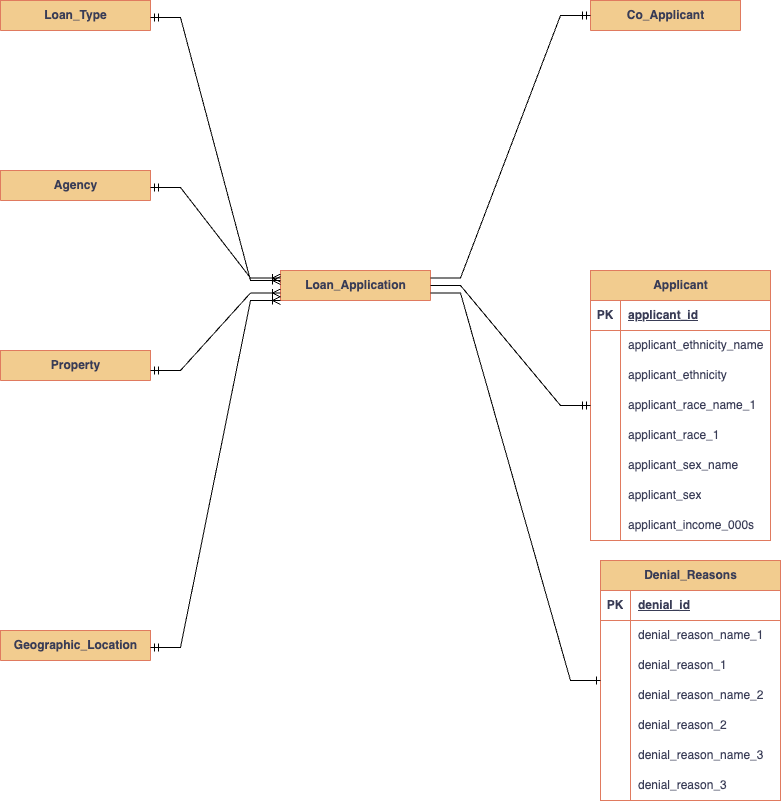
nivasharmaa/CS336-Project0-group43 keeps this draw.io diagram as Untitled Diagram.drawio.png. Above is the earlier version. Source tidied: cells renumbered, new cells last; positions are measured from the earlier drawing's top-left corner, leaving out a move shared by most shapes.
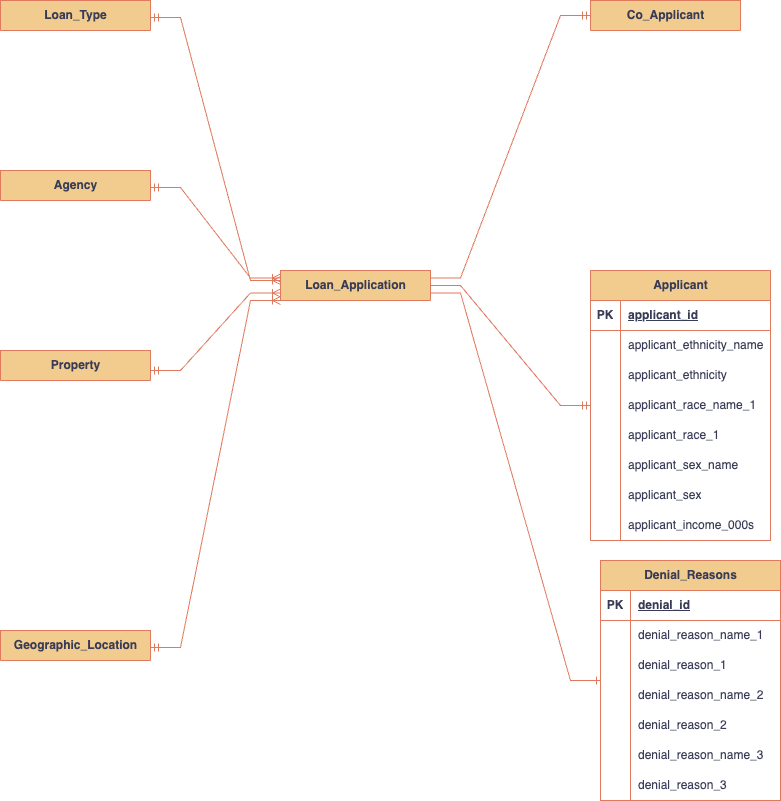
After the change.

What changed in the source:
```diff
@@ -161,16 +161,16 @@
     <mxCell id="54" value="&lt;meta charset=&quot;utf-8&quot;&gt;&lt;span class=&quot;hljs-emphasis&quot;&gt;denial_&lt;/span&gt;reason&lt;span class=&quot;hljs-emphasis&quot;&gt;_3&lt;/span&gt;" style="shape=partialRectangle;fillColor=none;top=0;left=0;bottom=0;right=0;align=left;spacingLeft=6;overflow=hidden;whiteSpace=wrap;html=1;labelBackgroundColor=none;strokeColor=#E07A5F;fontColor=#393C56;" parent="52" vertex="1">
       <mxGeometry x="30" width="150" height="30" as="geometry" />
     </mxCell>
-    <mxCell id="55" style="edgeStyle=entityRelationEdgeStyle;fontSize=12;html=1;endArrow=ERmandOne;rounded=0;exitX=1;exitY=0.25;exitDx=0;exitDy=0;entryX=0;entryY=0.5;entryDx=0;entryDy=0;" parent="1" edge="1" source="2" target="28">
+    <mxCell id="55" style="edgeStyle=entityRelationEdgeStyle;fontSize=12;html=1;endArrow=ERmandOne;rounded=0;exitX=1;exitY=0.25;exitDx=0;exitDy=0;entryX=0;entryY=0.5;entryDx=0;entryDy=0;labelBackgroundColor=none;fontColor=default;strokeColor=#E07A5F;" parent="1" edge="1" source="2" target="28">
       <mxGeometry relative="1" as="geometry" />
     </mxCell>
-    <mxCell id="56" style="edgeStyle=entityRelationEdgeStyle;fontSize=12;html=1;endArrow=ERmandOne;rounded=0;exitX=1;exitY=0.5;exitDx=0;exitDy=0;entryX=0;entryY=0.5;entryDx=0;entryDy=0;" parent="1" edge="1" source="2" target="3">
+    <mxCell id="56" style="edgeStyle=entityRelationEdgeStyle;fontSize=12;html=1;endArrow=ERmandOne;rounded=0;exitX=1;exitY=0.5;exitDx=0;exitDy=0;entryX=0;entryY=0.5;entryDx=0;entryDy=0;labelBackgroundColor=none;fontColor=default;strokeColor=#E07A5F;" parent="1" edge="1" source="2" target="3">
       <mxGeometry relative="1" as="geometry" />
     </mxCell>
-    <mxCell id="57" style="edgeStyle=entityRelationEdgeStyle;fontSize=12;html=1;endArrow=ERone;endFill=1;rounded=0;exitX=1;exitY=0.75;exitDx=0;exitDy=0;entryX=0;entryY=0.5;entryDx=0;entryDy=0;" parent="1" edge="1" source="2" target="33">
+    <mxCell id="57" style="edgeStyle=entityRelationEdgeStyle;fontSize=12;html=1;endArrow=ERone;endFill=1;rounded=0;exitX=1;exitY=0.75;exitDx=0;exitDy=0;entryX=0;entryY=0.5;entryDx=0;entryDy=0;labelBackgroundColor=none;fontColor=default;strokeColor=#E07A5F;" parent="1" edge="1" source="2" target="33">
       <mxGeometry relative="1" as="geometry" />
     </mxCell>
-    <mxCell id="58" style="edgeStyle=entityRelationEdgeStyle;fontSize=12;html=1;endArrow=ERoneToMany;startArrow=ERmandOne;rounded=0;entryX=0;entryY=0.75;entryDx=0;entryDy=0;" parent="1" edge="1" target="2">
+    <mxCell id="58" style="edgeStyle=entityRelationEdgeStyle;fontSize=12;html=1;endArrow=ERoneToMany;startArrow=ERmandOne;rounded=0;entryX=0;entryY=0.75;entryDx=0;entryDy=0;labelBackgroundColor=none;fontColor=default;strokeColor=#E07A5F;" parent="1" edge="1" target="2">
       <mxGeometry relative="1" as="geometry">
         <mxPoint x="150" y="493" as="sourcePoint" />
         <Array as="points">
@@ -178,7 +178,7 @@
         </Array>
       </mxGeometry>
     </mxCell>
-    <mxCell id="59" style="edgeStyle=entityRelationEdgeStyle;fontSize=12;html=1;endArrow=ERoneToMany;startArrow=ERmandOne;rounded=0;entryX=0;entryY=0.25;entryDx=0;entryDy=0;" parent="1" edge="1" target="2">
+    <mxCell id="59" style="edgeStyle=entityRelationEdgeStyle;fontSize=12;html=1;endArrow=ERoneToMany;startArrow=ERmandOne;rounded=0;entryX=0;entryY=0.25;entryDx=0;entryDy=0;labelBackgroundColor=none;fontColor=default;strokeColor=#E07A5F;" parent="1" edge="1" target="2">
       <mxGeometry relative="1" as="geometry">
         <mxPoint x="150" y="310" as="sourcePoint" />
         <Array as="points">
@@ -186,7 +186,7 @@
         </Array>
       </mxGeometry>
     </mxCell>
-    <mxCell id="60" style="edgeStyle=entityRelationEdgeStyle;fontSize=12;html=1;endArrow=ERoneToMany;startArrow=ERmandOne;rounded=0;entryX=0;entryY=1;entryDx=0;entryDy=0;" parent="1" edge="1" target="2">
+    <mxCell id="60" style="edgeStyle=entityRelationEdgeStyle;fontSize=12;html=1;endArrow=ERoneToMany;startArrow=ERmandOne;rounded=0;entryX=0;entryY=1;entryDx=0;entryDy=0;labelBackgroundColor=none;fontColor=default;strokeColor=#E07A5F;" parent="1" edge="1" target="2">
       <mxGeometry relative="1" as="geometry">
         <mxPoint x="150" y="770" as="sourcePoint" />
         <Array as="points">
@@ -195,7 +195,7 @@
         </Array>
       </mxGeometry>
     </mxCell>
-    <mxCell id="61" style="edgeStyle=entityRelationEdgeStyle;fontSize=12;html=1;endArrow=ERoneToMany;startArrow=ERmandOne;rounded=0;" parent="1" edge="1">
+    <mxCell id="61" style="edgeStyle=entityRelationEdgeStyle;fontSize=12;html=1;endArrow=ERoneToMany;startArrow=ERmandOne;rounded=0;labelBackgroundColor=none;fontColor=default;strokeColor=#E07A5F;" parent="1" edge="1">
       <mxGeometry relative="1" as="geometry">
         <mxPoint x="150" y="140" as="sourcePoint" />
         <mxPoint x="280" y="403" as="targetPoint" />
```
